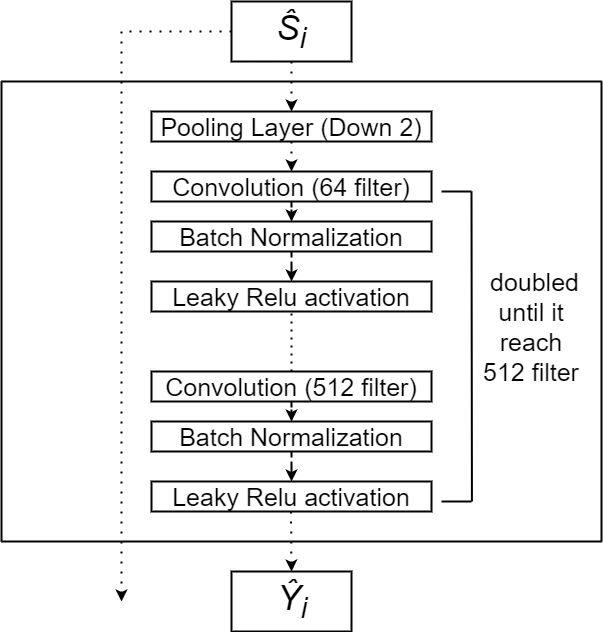
Above: markdownCode/SubDiscriminator.png in fizzy-1111/slideppTheis (draw.io), before the change. Source tidied: cells renumbered, new cells last; positions are measured from the earlier drawing's top-left corner, leaving out a move shared by most shapes. Source of this version:
```xml
<mxGraphModel>
  <root>
    <mxCell id="0" />
    <mxCell id="1" parent="0" />
    <mxCell id="2" style="edgeStyle=orthogonalEdgeStyle;rounded=0;jettySize=auto;html=1;dashed=1;strokeWidth=2;" parent="1" edge="1" source="3" target="5">
      <mxGeometry relative="1" as="geometry" />
    </mxCell>
    <mxCell id="3" value="&lt;font style=&quot;font-size: 25px;&quot;&gt;Convolution (64 filter)&lt;/font&gt;" style="rounded=0;whiteSpace=wrap;html=1;strokeWidth=2;" parent="1" vertex="1">
      <mxGeometry x="150" y="170" width="280" height="30" as="geometry" />
    </mxCell>
    <mxCell id="4" style="edgeStyle=orthogonalEdgeStyle;rounded=0;jettySize=auto;html=1;dashed=1;strokeWidth=2;" parent="1" edge="1" source="5" target="6">
      <mxGeometry relative="1" as="geometry" />
    </mxCell>
    <mxCell id="5" value="&lt;font style=&quot;font-size: 25px;&quot;&gt;Batch Normalization&lt;/font&gt;" style="rounded=0;whiteSpace=wrap;html=1;strokeWidth=2;" parent="1" vertex="1">
      <mxGeometry x="150" y="220" width="280" height="30" as="geometry" />
    </mxCell>
    <mxCell id="6" value="&lt;font style=&quot;font-size: 25px;&quot;&gt;Leaky Relu activation&lt;/font&gt;" style="rounded=0;whiteSpace=wrap;html=1;strokeWidth=2;" parent="1" vertex="1">
      <mxGeometry x="150" y="280" width="280" height="30" as="geometry" />
    </mxCell>
    <mxCell id="7" style="edgeStyle=orthogonalEdgeStyle;rounded=0;jettySize=auto;html=1;dashed=1;strokeWidth=2;" parent="1" edge="1" source="8" target="10">
      <mxGeometry relative="1" as="geometry" />
    </mxCell>
    <mxCell id="8" value="&lt;font style=&quot;font-size: 25px;&quot;&gt;Convolution (512 filter)&lt;/font&gt;" style="rounded=0;whiteSpace=wrap;html=1;strokeWidth=2;" parent="1" vertex="1">
      <mxGeometry x="150" y="370" width="280" height="30" as="geometry" />
    </mxCell>
    <mxCell id="9" style="edgeStyle=orthogonalEdgeStyle;rounded=0;jettySize=auto;html=1;dashed=1;strokeWidth=2;" parent="1" edge="1" source="10" target="11">
      <mxGeometry relative="1" as="geometry" />
    </mxCell>
    <mxCell id="10" value="&lt;font style=&quot;font-size: 25px;&quot;&gt;Batch Normalization&lt;/font&gt;" style="rounded=0;whiteSpace=wrap;html=1;strokeWidth=2;" parent="1" vertex="1">
      <mxGeometry x="150" y="420" width="280" height="30" as="geometry" />
    </mxCell>
    <mxCell id="11" value="&lt;font style=&quot;font-size: 25px;&quot;&gt;Leaky Relu activation&lt;/font&gt;" style="rounded=0;whiteSpace=wrap;html=1;strokeWidth=2;" parent="1" vertex="1">
      <mxGeometry x="150" y="480" width="280" height="30" as="geometry" />
    </mxCell>
    <mxCell id="12" style="endArrow=none;dashed=1;html=1;dashPattern=1 3;strokeWidth=2;rounded=0;" parent="1" edge="1">
      <mxGeometry relative="1" as="geometry">
        <mxPoint x="290" y="370" as="sourcePoint" />
        <mxPoint x="290" y="310" as="targetPoint" />
      </mxGeometry>
    </mxCell>
    <mxCell id="13" value="&lt;font style=&quot;font-size: 25px;&quot;&gt;&amp;nbsp;doubled until it reach 512 filter&lt;/font&gt;" style="text;html=1;strokeColor=none;fillColor=none;align=center;verticalAlign=middle;whiteSpace=wrap;rounded=0;strokeWidth=2;" parent="1" vertex="1">
      <mxGeometry x="490" y="310" width="80" height="30" as="geometry" />
    </mxCell>
    <mxCell id="14" style="endArrow=none;html=1;fontSize=16;strokeWidth=2;" parent="1" edge="1">
      <mxGeometry relative="1" as="geometry">
        <mxPoint x="470.4" y="500" as="sourcePoint" />
        <mxPoint x="470" y="190" as="targetPoint" />
      </mxGeometry>
    </mxCell>
    <mxCell id="15" style="endArrow=none;html=1;fontSize=16;strokeWidth=2;" parent="1" edge="1">
      <mxGeometry relative="1" as="geometry">
        <mxPoint x="440" y="500" as="sourcePoint" />
        <mxPoint x="470" y="500" as="targetPoint" />
      </mxGeometry>
    </mxCell>
    <mxCell id="16" style="endArrow=none;html=1;fontSize=16;strokeWidth=2;" parent="1" edge="1">
      <mxGeometry relative="1" as="geometry">
        <mxPoint x="440" y="190" as="sourcePoint" />
        <mxPoint x="470" y="190" as="targetPoint" />
      </mxGeometry>
    </mxCell>
    <mxCell id="17" style="endArrow=classic;html=1;dashed=1;dashPattern=1 4;entryX=0.5;entryY=0;entryDx=0;entryDy=0;strokeWidth=2;" parent="1" edge="1" target="23">
      <mxGeometry relative="1" as="geometry">
        <mxPoint x="290" y="60" as="sourcePoint" />
      </mxGeometry>
    </mxCell>
    <mxCell id="18" style="endArrow=classic;html=1;dashed=1;dashPattern=1 4;strokeWidth=2;entryX=0.5;entryY=0;entryDx=0;entryDy=0;" parent="1" edge="1" target="20">
      <mxGeometry relative="1" as="geometry">
        <mxPoint x="289.5" y="510" as="sourcePoint" />
      </mxGeometry>
    </mxCell>
    <mxCell id="19" style="rounded=0;whiteSpace=wrap;html=1;strokeWidth=2;" parent="1" vertex="1">
      <mxGeometry x="230" width="120" height="60" as="geometry" />
    </mxCell>
    <mxCell id="20" style="rounded=0;whiteSpace=wrap;html=1;strokeWidth=2;" parent="1" vertex="1">
      <mxGeometry x="230" y="570" width="120" height="60" as="geometry" />
    </mxCell>
    <mxCell id="21" style="endArrow=none;dashed=1;html=1;dashPattern=1 4;exitX=0;exitY=0.5;exitDx=0;exitDy=0;strokeWidth=2;" parent="1" edge="1" source="19">
      <mxGeometry relative="1" as="geometry">
        <mxPoint x="120" y="30" as="targetPoint" />
      </mxGeometry>
    </mxCell>
    <mxCell id="22" style="endArrow=classic;html=1;dashed=1;dashPattern=1 4;strokeWidth=2;" parent="1" edge="1">
      <mxGeometry relative="1" as="geometry">
        <mxPoint x="120" y="30" as="sourcePoint" />
        <mxPoint x="120" y="600" as="targetPoint" />
      </mxGeometry>
    </mxCell>
    <mxCell id="23" value="&lt;font style=&quot;font-size: 25px;&quot;&gt;Pooling Layer (Down 2)&lt;/font&gt;" style="rounded=0;whiteSpace=wrap;html=1;strokeWidth=2;" parent="1" vertex="1">
      <mxGeometry x="150" y="110" width="280" height="30" as="geometry" />
    </mxCell>
    <mxCell id="24" style="endArrow=classic;html=1;fontSize=16;exitX=0.5;exitY=1;exitDx=0;exitDy=0;entryX=0.5;entryY=0;entryDx=0;entryDy=0;dashed=1;dashPattern=1 4;strokeWidth=2;" parent="1" edge="1" source="23" target="3">
      <mxGeometry relative="1" as="geometry" />
    </mxCell>
    <mxCell id="25" style="endArrow=none;html=1;fontSize=16;strokeWidth=2;" parent="1" edge="1">
      <mxGeometry relative="1" as="geometry">
        <mxPoint y="540" as="sourcePoint" />
        <mxPoint y="80" as="targetPoint" />
      </mxGeometry>
    </mxCell>
    <mxCell id="26" style="endArrow=none;html=1;fontSize=16;strokeWidth=2;" parent="1" edge="1">
      <mxGeometry relative="1" as="geometry">
        <mxPoint y="540" as="sourcePoint" />
        <mxPoint x="600" y="540" as="targetPoint" />
      </mxGeometry>
    </mxCell>
    <mxCell id="27" style="endArrow=none;html=1;fontSize=16;strokeWidth=2;" parent="1" edge="1">
      <mxGeometry relative="1" as="geometry">
        <mxPoint y="80" as="sourcePoint" />
        <mxPoint x="600" y="80" as="targetPoint" />
      </mxGeometry>
    </mxCell>
    <mxCell id="28" style="endArrow=none;html=1;fontSize=16;strokeWidth=2;" parent="1" edge="1">
      <mxGeometry relative="1" as="geometry">
        <mxPoint x="600" y="540" as="sourcePoint" />
        <mxPoint x="600" y="80" as="targetPoint" />
      </mxGeometry>
    </mxCell>
    <mxCell id="29" value="&lt;font style=&quot;font-size: 35px;&quot;&gt;&lt;i&gt;Ŷ&lt;sub&gt;i&lt;/sub&gt;&lt;/i&gt;&lt;/font&gt;" style="text;html=1;strokeColor=none;fillColor=none;align=center;verticalAlign=middle;whiteSpace=wrap;rounded=0;fontSize=16;strokeWidth=2;" parent="1" vertex="1">
      <mxGeometry x="260.8" y="585" width="60" height="30" as="geometry" />
    </mxCell>
    <mxCell id="30" value="&lt;i&gt;Ŝ&lt;sub&gt;i&lt;/sub&gt;&lt;/i&gt;" style="text;html=1;strokeColor=none;fillColor=none;align=center;verticalAlign=middle;whiteSpace=wrap;rounded=0;fontSize=35;strokeWidth=2;" parent="1" vertex="1">
      <mxGeometry x="260" y="15" width="60" height="30" as="geometry" />
    </mxCell>
  </root>
</mxGraphModel>
```
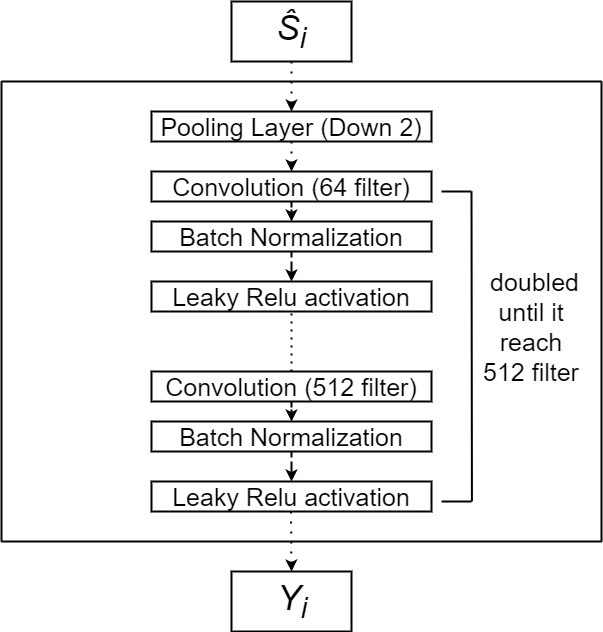
After the change.

Change to the diagram source:
```diff
@@ -75,17 +75,6 @@
     <mxCell id="20" style="rounded=0;whiteSpace=wrap;html=1;strokeWidth=2;" parent="1" vertex="1">
       <mxGeometry x="230" y="570" width="120" height="60" as="geometry" />
     </mxCell>
-    <mxCell id="21" style="endArrow=none;dashed=1;html=1;dashPattern=1 4;exitX=0;exitY=0.5;exitDx=0;exitDy=0;strokeWidth=2;" parent="1" edge="1" source="19">
-      <mxGeometry relative="1" as="geometry">
-        <mxPoint x="120" y="30" as="targetPoint" />
-      </mxGeometry>
-    </mxCell>
-    <mxCell id="22" style="endArrow=classic;html=1;dashed=1;dashPattern=1 4;strokeWidth=2;" parent="1" edge="1">
-      <mxGeometry relative="1" as="geometry">
-        <mxPoint x="120" y="30" as="sourcePoint" />
-        <mxPoint x="120" y="600" as="targetPoint" />
-      </mxGeometry>
-    </mxCell>
     <mxCell id="23" value="&lt;font style=&quot;font-size: 25px;&quot;&gt;Pooling Layer (Down 2)&lt;/font&gt;" style="rounded=0;whiteSpace=wrap;html=1;strokeWidth=2;" parent="1" vertex="1">
       <mxGeometry x="150" y="110" width="280" height="30" as="geometry" />
     </mxCell>
@@ -116,7 +105,7 @@
         <mxPoint x="600" y="80" as="targetPoint" />
       </mxGeometry>
     </mxCell>
-    <mxCell id="29" value="&lt;font style=&quot;font-size: 35px;&quot;&gt;&lt;i&gt;Ŷ&lt;sub&gt;i&lt;/sub&gt;&lt;/i&gt;&lt;/font&gt;" style="text;html=1;strokeColor=none;fillColor=none;align=center;verticalAlign=middle;whiteSpace=wrap;rounded=0;fontSize=16;strokeWidth=2;" parent="1" vertex="1">
+    <mxCell id="29" value="&lt;font style=&quot;&quot;&gt;&lt;i style=&quot;&quot;&gt;&lt;span style=&quot;font-size: 35px;&quot;&gt;Y&lt;sub&gt;i&lt;/sub&gt;&lt;/span&gt;&lt;/i&gt;&lt;/font&gt;" style="text;html=1;strokeColor=none;fillColor=none;align=center;verticalAlign=middle;whiteSpace=wrap;rounded=0;fontSize=16;strokeWidth=2;" parent="1" vertex="1">
       <mxGeometry x="260.8" y="585" width="60" height="30" as="geometry" />
     </mxCell>
     <mxCell id="30" value="&lt;i&gt;Ŝ&lt;sub&gt;i&lt;/sub&gt;&lt;/i&gt;" style="text;html=1;strokeColor=none;fillColor=none;align=center;verticalAlign=middle;whiteSpace=wrap;rounded=0;fontSize=35;strokeWidth=2;" parent="1" vertex="1">
```
